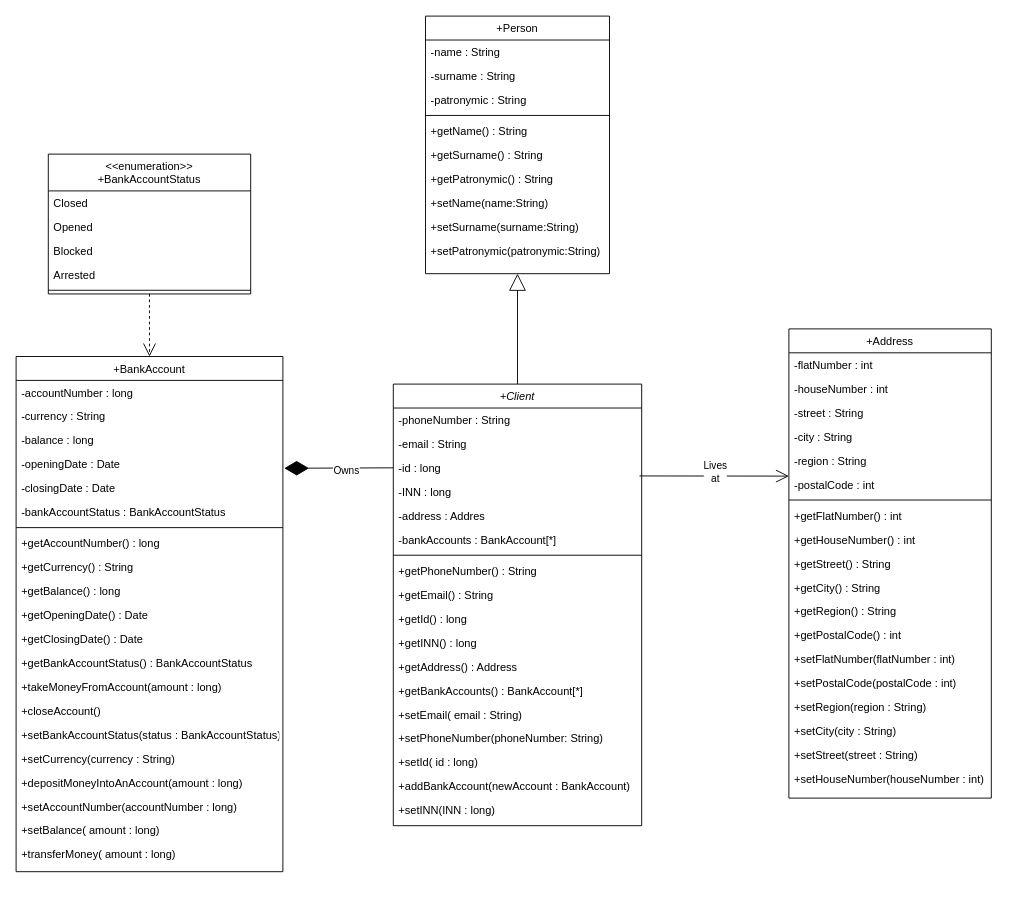
This is task_2/3/Client.drawio from Pashos-2004/SenlaCourses, a draw.io file, before an edit. Source tidied: cells renumbered, new cells numbered last; positions are measured from the earlier drawing's top-left corner, leaving out a move shared by most shapes. Both pictures are drawn from the tidied source at 92%, with x=0, y=0 at pixel (16, 16).
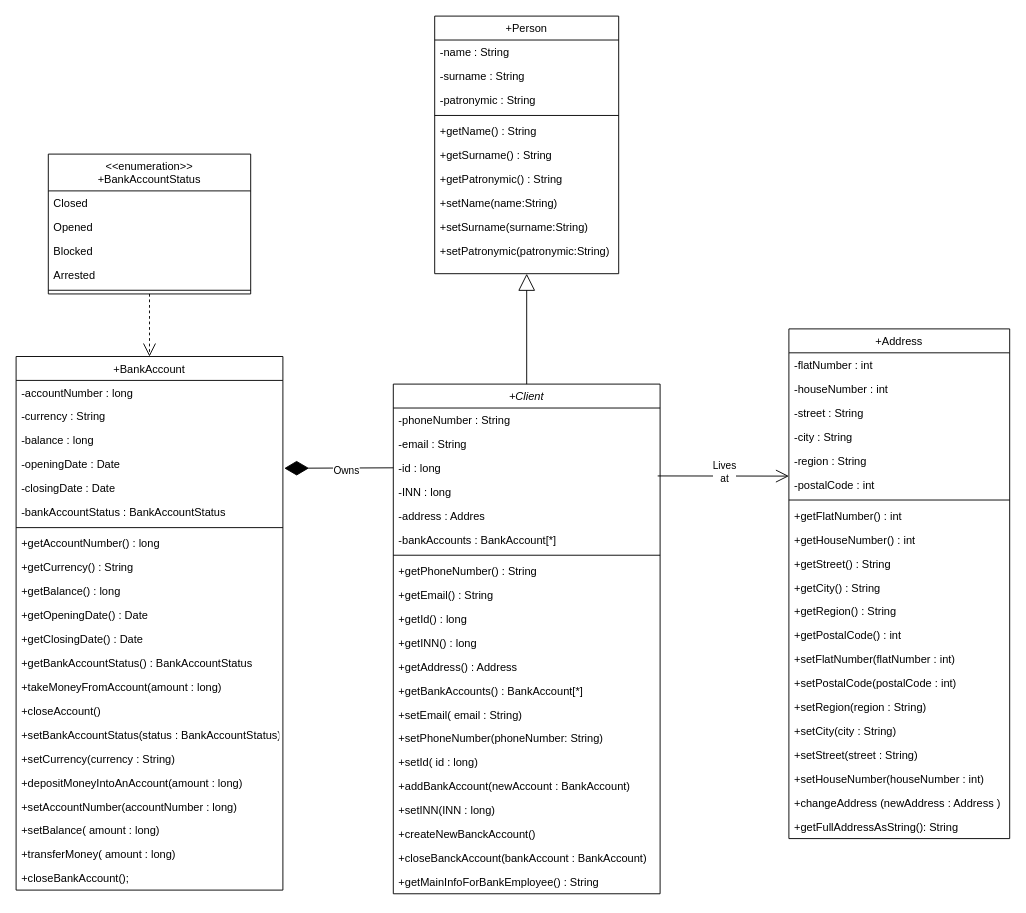
The same page after the edit.

Commit message (it also covers changes not shown here):
Added task_2/3/Resume and updated task_2/3/Client

Diff of the diagram source:
```diff
@@
     <mxCell id="2" value="+Client" style="swimlane;fontStyle=2;align=center;verticalAlign=top;horizontal=1;startSize=26;rounded=0;shadow=0;strokeWidth=1;" parent="1" vertex="1">
-      <mxGeometry x="410" y="400" width="270" height="480" as="geometry" />
+      <mxGeometry x="410" y="400" width="290" height="554" as="geometry" />
     </mxCell>
     <mxCell id="3" value="-phoneNumber : String" style="text;align=left;verticalAlign=top;spacingLeft=4;spacingRight=4;overflow=hidden;rounded=0;shadow=0;html=0;" parent="2" vertex="1">
-      <mxGeometry y="26" width="270" height="26" as="geometry" />
+      <mxGeometry y="26" width="290" height="26" as="geometry" />
     </mxCell>
     <mxCell id="4" value="-email : String" style="text;align=left;verticalAlign=top;spacingLeft=4;spacingRight=4;overflow=hidden;rounded=0;shadow=0;html=0;" parent="2" vertex="1">
-      <mxGeometry y="52" width="270" height="26" as="geometry" />
+      <mxGeometry y="52" width="290" height="26" as="geometry" />
     </mxCell>
     <mxCell id="5" value="-id : long" style="text;align=left;verticalAlign=top;spacingLeft=4;spacingRight=4;overflow=hidden;points=[[0,0.5],[1,0.5]];portConstraint=eastwest;rounded=0;shadow=0;html=0;" parent="2" vertex="1">
-      <mxGeometry y="78" width="270" height="26" as="geometry" />
+      <mxGeometry y="78" width="290" height="26" as="geometry" />
     </mxCell>
     <mxCell id="6" value="-INN : long" style="text;align=left;verticalAlign=top;spacingLeft=4;spacingRight=4;overflow=hidden;rounded=0;shadow=0;html=0;" parent="2" vertex="1">
-      <mxGeometry y="104" width="270" height="26" as="geometry" />
+      <mxGeometry y="104" width="290" height="26" as="geometry" />
     </mxCell>
     <mxCell id="7" value="-address : Addres" style="text;align=left;verticalAlign=top;spacingLeft=4;spacingRight=4;overflow=hidden;rounded=0;shadow=0;html=0;" parent="2" vertex="1">
-      <mxGeometry y="130" width="270" height="26" as="geometry" />
+      <mxGeometry y="130" width="290" height="26" as="geometry" />
     </mxCell>
     <mxCell id="8" value="-bankAccounts : BankAccount[*] " style="text;align=left;verticalAlign=top;spacingLeft=4;spacingRight=4;overflow=hidden;rounded=0;shadow=0;html=0;" parent="2" vertex="1">
-      <mxGeometry y="156" width="270" height="26" as="geometry" />
+      <mxGeometry y="156" width="290" height="26" as="geometry" />
     </mxCell>
     <mxCell id="9" style="line;html=1;strokeWidth=1;align=left;verticalAlign=middle;spacingTop=-1;spacingLeft=3;spacingRight=3;labelPosition=right;" parent="2" vertex="1">
-      <mxGeometry y="182" width="270" height="8" as="geometry" />
+      <mxGeometry y="182" width="290" height="8" as="geometry" />
     </mxCell>
     <mxCell id="10" value="+getPhoneNumber() : String" style="text;align=left;verticalAlign=top;spacingLeft=4;spacingRight=4;overflow=hidden;rounded=0;shadow=0;html=0;" parent="2" vertex="1">
-      <mxGeometry y="190" width="270" height="26" as="geometry" />
+      <mxGeometry y="190" width="290" height="26" as="geometry" />
     </mxCell>
     <mxCell id="11" value="+getEmail() : String" style="text;align=left;verticalAlign=top;spacingLeft=4;spacingRight=4;overflow=hidden;rounded=0;shadow=0;html=0;" parent="2" vertex="1">
-      <mxGeometry y="216" width="270" height="26" as="geometry" />
+      <mxGeometry y="216" width="290" height="26" as="geometry" />
     </mxCell>
     <mxCell id="12" value="+getId() : long" style="text;align=left;verticalAlign=top;spacingLeft=4;spacingRight=4;overflow=hidden;rounded=0;shadow=0;html=0;" parent="2" vertex="1">
-      <mxGeometry y="242" width="270" height="26" as="geometry" />
+      <mxGeometry y="242" width="290" height="26" as="geometry" />
     </mxCell>
     <mxCell id="13" value="+getINN() : long" style="text;align=left;verticalAlign=top;spacingLeft=4;spacingRight=4;overflow=hidden;rounded=0;shadow=0;html=0;" parent="2" vertex="1">
-      <mxGeometry y="268" width="270" height="26" as="geometry" />
+      <mxGeometry y="268" width="290" height="26" as="geometry" />
     </mxCell>
     <mxCell id="14" value="+getAddress() : Address" style="text;align=left;verticalAlign=top;spacingLeft=4;spacingRight=4;overflow=hidden;rounded=0;shadow=0;html=0;" parent="2" vertex="1">
-      <mxGeometry y="294" width="270" height="26" as="geometry" />
+      <mxGeometry y="294" width="290" height="26" as="geometry" />
     </mxCell>
     <mxCell id="15" value="+getBankAccounts() : BankAccount[*]" style="text;align=left;verticalAlign=top;spacingLeft=4;spacingRight=4;overflow=hidden;rounded=0;shadow=0;html=0;" parent="2" vertex="1">
-      <mxGeometry y="320" width="270" height="26" as="geometry" />
+      <mxGeometry y="320" width="290" height="26" as="geometry" />
     </mxCell>
     <mxCell id="16" value="+setEmail( email : String)" style="text;align=left;verticalAlign=top;spacingLeft=4;spacingRight=4;overflow=hidden;rounded=0;shadow=0;html=0;" parent="2" vertex="1">
-      <mxGeometry y="346" width="270" height="26" as="geometry" />
+      <mxGeometry y="346" width="290" height="26" as="geometry" />
     </mxCell>
     <mxCell id="17" value="+setPhoneNumber(phoneNumber: String)" style="text;align=left;verticalAlign=top;spacingLeft=4;spacingRight=4;overflow=hidden;rounded=0;shadow=0;html=0;" parent="2" vertex="1">
-      <mxGeometry y="372" width="270" height="26" as="geometry" />
+      <mxGeometry y="372" width="290" height="26" as="geometry" />
     </mxCell>
     <mxCell id="18" value="+setId( id : long)" style="text;align=left;verticalAlign=top;spacingLeft=4;spacingRight=4;overflow=hidden;rounded=0;shadow=0;html=0;" parent="2" vertex="1">
-      <mxGeometry y="398" width="270" height="26" as="geometry" />
+      <mxGeometry y="398" width="290" height="26" as="geometry" />
     </mxCell>
     <mxCell id="19" value="+addBankAccount(newAccount : BankAccount)" style="text;align=left;verticalAlign=top;spacingLeft=4;spacingRight=4;overflow=hidden;rounded=0;shadow=0;html=0;" parent="2" vertex="1">
-      <mxGeometry y="424" width="270" height="26" as="geometry" />
+      <mxGeometry y="424" width="290" height="26" as="geometry" />
     </mxCell>
     <mxCell id="20" value="+setINN(INN : long)" style="text;align=left;verticalAlign=top;spacingLeft=4;spacingRight=4;overflow=hidden;rounded=0;shadow=0;html=0;" parent="2" vertex="1">
-      <mxGeometry y="450" width="270" height="26" as="geometry" />
+      <mxGeometry y="450" width="290" height="26" as="geometry" />
     </mxCell>
+    <mxCell id="86" value="+createNewBanckAccount()" style="text;align=left;verticalAlign=top;spacingLeft=4;spacingRight=4;overflow=hidden;rounded=0;shadow=0;html=0;" parent="2" vertex="1">
+      <mxGeometry y="476" width="290" height="26" as="geometry" />
+    </mxCell>
+    <mxCell id="87" value="+closeBanckAccount(bankAccount : BankAccount)" style="text;align=left;verticalAlign=top;spacingLeft=4;spacingRight=4;overflow=hidden;rounded=0;shadow=0;html=0;" parent="2" vertex="1">
+      <mxGeometry y="502" width="290" height="26" as="geometry" />
+    </mxCell>
+    <mxCell id="88" value="+getMainInfoForBankEmployee() : String" style="text;align=left;verticalAlign=top;spacingLeft=4;spacingRight=4;overflow=hidden;rounded=0;shadow=0;html=0;" parent="2" vertex="1">
+      <mxGeometry y="528" width="290" height="26" as="geometry" />
+    </mxCell>
     <mxCell id="21" value="+Person" style="swimlane;fontStyle=0;align=center;verticalAlign=top;horizontal=1;startSize=26;rounded=0;shadow=0;strokeWidth=1;" parent="1" vertex="1">
-      <mxGeometry x="445" width="200" height="280" as="geometry" />
+      <mxGeometry x="455" width="200" height="280" as="geometry" />
     </mxCell>
@@
     <mxCell id="32" value="+Address" style="swimlane;fontStyle=0;align=center;verticalAlign=top;horizontal=1;startSize=26;rounded=0;shadow=0;strokeWidth=1;" parent="1" vertex="1">
-      <mxGeometry x="840" y="340" width="220" height="510" as="geometry" />
+      <mxGeometry x="840" y="340" width="240" height="554" as="geometry" />
     </mxCell>
     <mxCell id="33" value="-flatNumber : int" style="text;align=left;verticalAlign=top;spacingLeft=4;spacingRight=4;overflow=hidden;" parent="32" vertex="1">
-      <mxGeometry y="26" width="220" height="26" as="geometry" />
+      <mxGeometry y="26" width="240" height="26" as="geometry" />
     </mxCell>
     <mxCell id="34" value="-houseNumber : int" style="text;align=left;verticalAlign=top;spacingLeft=4;spacingRight=4;overflow=hidden;" parent="32" vertex="1">
-      <mxGeometry y="52" width="220" height="26" as="geometry" />
+      <mxGeometry y="52" width="240" height="26" as="geometry" />
     </mxCell>
     <mxCell id="35" value="-street : String" style="text;align=left;verticalAlign=top;spacingLeft=4;spacingRight=4;overflow=hidden;" parent="32" vertex="1">
-      <mxGeometry y="78" width="220" height="26" as="geometry" />
+      <mxGeometry y="78" width="240" height="26" as="geometry" />
     </mxCell>
     <mxCell id="36" value="-city : String" style="text;align=left;verticalAlign=top;spacingLeft=4;spacingRight=4;overflow=hidden;rounded=0;shadow=0;html=0;" parent="32" vertex="1">
-      <mxGeometry y="104" width="220" height="26" as="geometry" />
+      <mxGeometry y="104" width="240" height="26" as="geometry" />
     </mxCell>
     <mxCell id="37" value="-region : String" style="text;align=left;verticalAlign=top;spacingLeft=4;spacingRight=4;overflow=hidden;rounded=0;shadow=0;html=0;" parent="32" vertex="1">
-      <mxGeometry y="130" width="220" height="26" as="geometry" />
+      <mxGeometry y="130" width="240" height="26" as="geometry" />
     </mxCell>
     <mxCell id="38" value="-postalCode : int" style="text;align=left;verticalAlign=top;spacingLeft=4;spacingRight=4;overflow=hidden;points=[[0,0.5],[1,0.5]];portConstraint=eastwest;rounded=0;shadow=0;html=0;" parent="32" vertex="1">
-      <mxGeometry y="156" width="220" height="26" as="geometry" />
+      <mxGeometry y="156" width="240" height="26" as="geometry" />
     </mxCell>
     <mxCell id="39" style="line;html=1;strokeWidth=1;align=left;verticalAlign=middle;spacingTop=-1;spacingLeft=3;spacingRight=3;labelPosition=right;" parent="32" vertex="1">
-      <mxGeometry y="182" width="220" height="8" as="geometry" />
+      <mxGeometry y="182" width="240" height="8" as="geometry" />
     </mxCell>
     <mxCell id="40" value="+getFlatNumber() : int" style="text;align=left;verticalAlign=top;spacingLeft=4;spacingRight=4;overflow=hidden;" parent="32" vertex="1">
-      <mxGeometry y="190" width="220" height="26" as="geometry" />
+      <mxGeometry y="190" width="240" height="26" as="geometry" />
     </mxCell>
     <mxCell id="41" value="+getHouseNumber() : int" style="text;align=left;verticalAlign=top;spacingLeft=4;spacingRight=4;overflow=hidden;" parent="32" vertex="1">
-      <mxGeometry y="216" width="220" height="26" as="geometry" />
+      <mxGeometry y="216" width="240" height="26" as="geometry" />
     </mxCell>
     <mxCell id="42" value="+getStreet() : String" style="text;align=left;verticalAlign=top;spacingLeft=4;spacingRight=4;overflow=hidden;" parent="32" vertex="1">
-      <mxGeometry y="242" width="220" height="26" as="geometry" />
+      <mxGeometry y="242" width="240" height="26" as="geometry" />
     </mxCell>
     <mxCell id="43" value="+getCity() : String" style="text;align=left;verticalAlign=top;spacingLeft=4;spacingRight=4;overflow=hidden;" parent="32" vertex="1">
-      <mxGeometry y="268" width="220" height="26" as="geometry" />
+      <mxGeometry y="268" width="240" height="26" as="geometry" />
     </mxCell>
     <mxCell id="44" value="+getRegion() : String" style="text;align=left;verticalAlign=top;spacingLeft=4;spacingRight=4;overflow=hidden;" parent="32" vertex="1">
-      <mxGeometry y="294" width="220" height="26" as="geometry" />
+      <mxGeometry y="294" width="240" height="26" as="geometry" />
     </mxCell>
     <mxCell id="45" value="+getPostalCode() : int" style="text;align=left;verticalAlign=top;spacingLeft=4;spacingRight=4;overflow=hidden;" parent="32" vertex="1">
-      <mxGeometry y="320" width="220" height="26" as="geometry" />
+      <mxGeometry y="320" width="240" height="26" as="geometry" />
     </mxCell>
     <mxCell id="46" value="+setFlatNumber(flatNumber : int)" style="text;align=left;verticalAlign=top;spacingLeft=4;spacingRight=4;overflow=hidden;" parent="32" vertex="1">
-      <mxGeometry y="346" width="220" height="26" as="geometry" />
+      <mxGeometry y="346" width="240" height="26" as="geometry" />
     </mxCell>
     <mxCell id="47" value="+setPostalCode(postalCode : int)" style="text;align=left;verticalAlign=top;spacingLeft=4;spacingRight=4;overflow=hidden;" parent="32" vertex="1">
-      <mxGeometry y="372" width="220" height="26" as="geometry" />
+      <mxGeometry y="372" width="240" height="26" as="geometry" />
     </mxCell>
     <mxCell id="48" value="+setRegion(region : String)" style="text;align=left;verticalAlign=top;spacingLeft=4;spacingRight=4;overflow=hidden;" parent="32" vertex="1">
-      <mxGeometry y="398" width="220" height="26" as="geometry" />
+      <mxGeometry y="398" width="240" height="26" as="geometry" />
     </mxCell>
     <mxCell id="49" value="+setCity(city : String)" style="text;align=left;verticalAlign=top;spacingLeft=4;spacingRight=4;overflow=hidden;" parent="32" vertex="1">
-      <mxGeometry y="424" width="220" height="26" as="geometry" />
+      <mxGeometry y="424" width="240" height="26" as="geometry" />
     </mxCell>
     <mxCell id="50" value="+setStreet(street : String)" style="text;align=left;verticalAlign=top;spacingLeft=4;spacingRight=4;overflow=hidden;" parent="32" vertex="1">
-      <mxGeometry y="450" width="220" height="26" as="geometry" />
+      <mxGeometry y="450" width="240" height="26" as="geometry" />
     </mxCell>
     <mxCell id="51" value="+setHouseNumber(houseNumber : int)" style="text;align=left;verticalAlign=top;spacingLeft=4;spacingRight=4;overflow=hidden;" parent="32" vertex="1">
-      <mxGeometry y="476" width="220" height="26" as="geometry" />
+      <mxGeometry y="476" width="240" height="26" as="geometry" />
     </mxCell>
+    <mxCell id="89" value="+changeAddress (newAddress : Address )" style="text;align=left;verticalAlign=top;spacingLeft=4;spacingRight=4;overflow=hidden;" parent="32" vertex="1">
+      <mxGeometry y="502" width="240" height="26" as="geometry" />
+    </mxCell>
+    <mxCell id="90" value="+getFullAddressAsString(): String" style="text;align=left;verticalAlign=top;spacingLeft=4;spacingRight=4;overflow=hidden;" parent="32" vertex="1">
+      <mxGeometry y="528" width="240" height="26" as="geometry" />
+    </mxCell>
@@
     <mxCell id="55" value="+BankAccount" style="swimlane;fontStyle=0;align=center;verticalAlign=top;horizontal=1;startSize=26;rounded=0;shadow=0;strokeWidth=1;" parent="1" vertex="1">
-      <mxGeometry y="370" width="290" height="560" as="geometry" />
+      <mxGeometry y="370" width="290" height="580" as="geometry" />
     </mxCell>
@@
+    <mxCell id="91" value="+closeBankAccount();" style="text;align=left;verticalAlign=top;spacingLeft=4;spacingRight=4;overflow=hidden;" parent="55" vertex="1">
+      <mxGeometry y="554" width="290" height="26" as="geometry" />
+    </mxCell>
```
